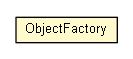
The Graphviz diagram doxdb-core/apidocs/net/trajano/doxdb/schema/ObjectFactory.png in trajano/doxdb, before a commit. Its source is kept beside it as doxdb-core/apidocs/net/trajano/doxdb/schema/ObjectFactory.dot. Its diagram source:
```dot

digraph G {
	edge [fontname="arial",fontsize=10,labelfontname="arial",labelfontsize=10];
	node [fontname="arial",fontsize=10,shape=plaintext];
	nodesep=0.25;
	ranksep=0.5;
	c510 [label=<<table title="net.trajano.doxdb.schema.ObjectFactory" border="0" cellborder="1" cellspacing="0" cellpadding="2" port="p" bgcolor="lemonChiffon" href="./ObjectFactory.html">
		<tr><td><table border="0" cellspacing="0" cellpadding="1">
<tr><td align="center" balign="center"> ObjectFactory </td></tr>
		</table></td></tr>
		</table>>, URL="./ObjectFactory.html", fontname="arial", fontcolor="black", fontsize=10.0];
}
```
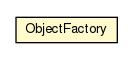
Later version of the same file.

Change to the diagram source:
```diff
@@ -1,12 +1,12 @@
 
 digraph G {
-	edge [fontname="arial",fontsize=10,labelfontname="arial",labelfontsize=10];
-	node [fontname="arial",fontsize=10,shape=plaintext];
+	edge [fontname="Helvetica",fontsize=10,labelfontname="Helvetica",labelfontsize=10];
+	node [fontname="Helvetica",fontsize=10,shape=plaintext];
 	nodesep=0.25;
 	ranksep=0.5;
-	c510 [label=<<table title="net.trajano.doxdb.schema.ObjectFactory" border="0" cellborder="1" cellspacing="0" cellpadding="2" port="p" bgcolor="lemonChiffon" href="./ObjectFactory.html">
+	c513 [label=<<table title="net.trajano.doxdb.schema.ObjectFactory" border="0" cellborder="1" cellspacing="0" cellpadding="2" port="p" bgcolor="lemonChiffon" href="./ObjectFactory.html">
 		<tr><td><table border="0" cellspacing="0" cellpadding="1">
 <tr><td align="center" balign="center"> ObjectFactory </td></tr>
 		</table></td></tr>
-		</table>>, URL="./ObjectFactory.html", fontname="arial", fontcolor="black", fontsize=10.0];
+		</table>>, URL="./ObjectFactory.html", fontname="Helvetica", fontcolor="black", fontsize=10.0];
 }
```
